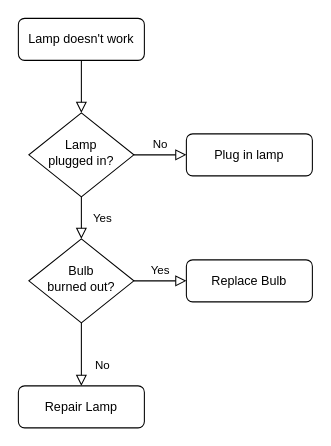
Earlier version of the draw.io diagram Untitled Diagram.drawio (YJtest2/test). Source tidied: cells renumbered, new cells numbered last; positions are measured from the earlier drawing's top-left corner, leaving out a move shared by most shapes. Both pictures are drawn from the tidied source at 105%, with x=0, y=0 at pixel (18, 18).
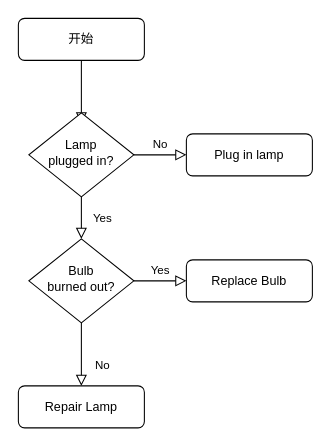
After the change.

Diff of the diagram source:
```diff
@@
 <mxGraphModel>
   <root>
     <mxCell id="0" />
     <mxCell id="1" parent="0" />
-    <mxCell id="2" style="rounded=0;html=1;jettySize=auto;fontSize=11;endArrow=block;endFill=0;endSize=8;strokeWidth=1;shadow=0;labelBackgroundColor=none;edgeStyle=orthogonalEdgeStyle;" parent="1" edge="1" source="3" target="6">
-      <mxGeometry relative="1" as="geometry" />
+    <mxCell id="2" style="rounded=0;html=1;jettySize=auto;fontSize=11;endArrow=block;endFill=0;endSize=8;strokeWidth=1;shadow=0;labelBackgroundColor=none;edgeStyle=orthogonalEdgeStyle;" parent="1" edge="1" source="3">
+      <mxGeometry relative="1" as="geometry">
+        <mxPoint x="60" y="100" as="targetPoint" />
+      </mxGeometry>
     </mxCell>
-    <mxCell id="3" value="Lamp doesn't work" style="rounded=1;whiteSpace=wrap;html=1;fontSize=12;glass=0;strokeWidth=1;shadow=0;" parent="1" vertex="1">
+    <mxCell id="3" value="开始" style="rounded=1;whiteSpace=wrap;html=1;fontSize=12;glass=0;strokeWidth=1;shadow=0;" parent="1" vertex="1">
       <mxGeometry width="120" height="40" as="geometry" />
     </mxCell>
     <mxCell id="4" value="Yes" style="rounded=0;html=1;jettySize=auto;fontSize=11;endArrow=block;endFill=0;endSize=8;strokeWidth=1;shadow=0;labelBackgroundColor=none;edgeStyle=orthogonalEdgeStyle;" parent="1" edge="1" source="6" target="10">
       <mxGeometry y="20" relative="1" as="geometry" />
     </mxCell>
     <mxCell id="5" value="No" style="edgeStyle=orthogonalEdgeStyle;rounded=0;html=1;jettySize=auto;fontSize=11;endArrow=block;endFill=0;endSize=8;strokeWidth=1;shadow=0;labelBackgroundColor=none;" parent="1" edge="1" source="6" target="7">
       <mxGeometry y="10" relative="1" as="geometry" />
     </mxCell>
     <mxCell id="6" value="Lamp&lt;br&gt;plugged in?" style="rhombus;whiteSpace=wrap;html=1;shadow=0;fontFamily=Helvetica;fontSize=12;align=center;strokeWidth=1;spacing=6;spacingTop=-4;" parent="1" vertex="1">
       <mxGeometry x="10" y="90" width="100" height="80" as="geometry" />
     </mxCell>
     <mxCell id="7" value="Plug in lamp" style="rounded=1;whiteSpace=wrap;html=1;fontSize=12;glass=0;strokeWidth=1;shadow=0;" parent="1" vertex="1">
       <mxGeometry x="160" y="110" width="120" height="40" as="geometry" />
     </mxCell>
     <mxCell id="8" value="No" style="rounded=0;html=1;jettySize=auto;fontSize=11;endArrow=block;endFill=0;endSize=8;strokeWidth=1;shadow=0;labelBackgroundColor=none;edgeStyle=orthogonalEdgeStyle;" parent="1" edge="1" source="10" target="11">
       <mxGeometry x="0.33" y="20" relative="1" as="geometry" />
     </mxCell>
     <mxCell id="9" value="Yes" style="edgeStyle=orthogonalEdgeStyle;rounded=0;html=1;jettySize=auto;fontSize=11;endArrow=block;endFill=0;endSize=8;strokeWidth=1;shadow=0;labelBackgroundColor=none;" parent="1" edge="1" source="10" target="12">
       <mxGeometry y="10" relative="1" as="geometry" />
     </mxCell>
     <mxCell id="10" value="Bulb&lt;br&gt;burned out?" style="rhombus;whiteSpace=wrap;html=1;shadow=0;fontFamily=Helvetica;fontSize=12;align=center;strokeWidth=1;spacing=6;spacingTop=-4;" parent="1" vertex="1">
       <mxGeometry x="10" y="210" width="100" height="80" as="geometry" />
     </mxCell>
     <mxCell id="11" value="Repair Lamp" style="rounded=1;whiteSpace=wrap;html=1;fontSize=12;glass=0;strokeWidth=1;shadow=0;" parent="1" vertex="1">
       <mxGeometry y="350" width="120" height="40" as="geometry" />
     </mxCell>
     <mxCell id="12" value="Replace Bulb" style="rounded=1;whiteSpace=wrap;html=1;fontSize=12;glass=0;strokeWidth=1;shadow=0;" parent="1" vertex="1">
       <mxGeometry x="160" y="230" width="120" height="40" as="geometry" />
     </mxCell>
   </root>
 </mxGraphModel>
```
